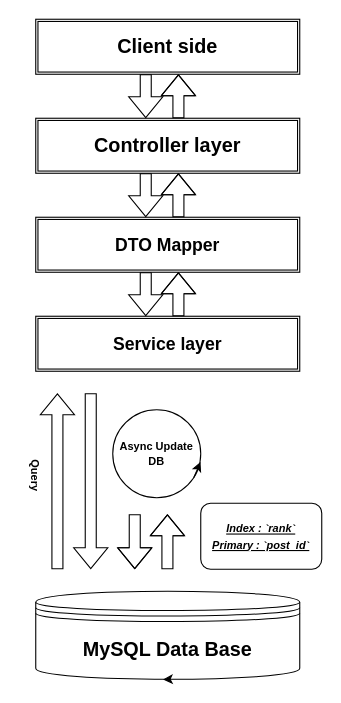
This is diagram.drawio from YamtalDev/HackerNews-API, a draw.io file, before an edit. Source tidied: cells renumbered, new cells numbered last; positions are measured from the earlier drawing's top-left corner, leaving out a move shared by most shapes. Both pictures are drawn from the tidied source at 110%, with x=0, y=0 at pixel (2, 19).
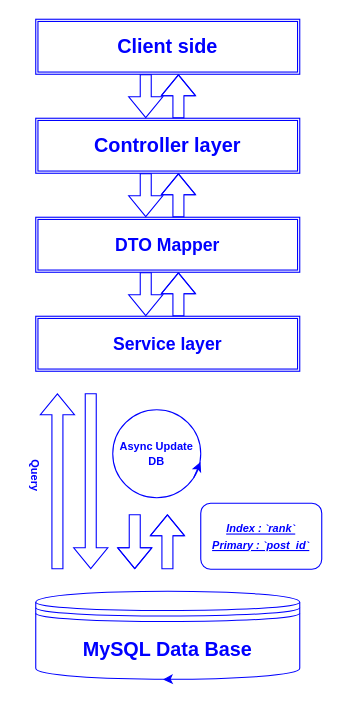
The same diagram, later.

Change to the diagram source:
```diff
@@
-    <mxCell id="2" value="&lt;font size=&quot;3&quot;&gt;&lt;b&gt;DTO Mapper&lt;/b&gt;&lt;/font&gt;" style="shape=ext;double=1;rounded=0;whiteSpace=wrap;html=1;fillColor=none;" parent="1" vertex="1">
+    <mxCell id="2" value="&lt;font color=&quot;#0000ff&quot; size=&quot;3&quot;&gt;&lt;b&gt;DTO Mapper&lt;/b&gt;&lt;/font&gt;" style="shape=ext;double=1;rounded=0;whiteSpace=wrap;html=1;fillColor=none;strokeColor=#0000FF;" parent="1" vertex="1">
       <mxGeometry x="30" y="180" width="240" height="50" as="geometry" />
     </mxCell>
-    <mxCell id="3" value="&lt;b&gt;&lt;font style=&quot;font-size: 18px;&quot;&gt;Controller layer&lt;/font&gt;&lt;/b&gt;" style="shape=ext;double=1;rounded=0;whiteSpace=wrap;html=1;fillColor=none;" parent="1" vertex="1">
+    <mxCell id="3" value="&lt;b&gt;&lt;font color=&quot;#0000ff&quot; style=&quot;font-size: 18px;&quot;&gt;Controller layer&lt;/font&gt;&lt;/b&gt;" style="shape=ext;double=1;rounded=0;whiteSpace=wrap;html=1;fillColor=none;strokeColor=#0000FF;" parent="1" vertex="1">
       <mxGeometry x="30" y="90" width="240" height="50" as="geometry" />
     </mxCell>
-    <mxCell id="4" value="&lt;b style=&quot;&quot;&gt;&lt;font style=&quot;font-size: 18px;&quot;&gt;Client side&lt;/font&gt;&lt;/b&gt;" style="shape=ext;double=1;rounded=0;whiteSpace=wrap;html=1;fillColor=none;" parent="1" vertex="1">
+    <mxCell id="4" value="&lt;b style=&quot;&quot;&gt;&lt;font color=&quot;#0000ff&quot; style=&quot;font-size: 18px;&quot;&gt;Client side&lt;/font&gt;&lt;/b&gt;" style="shape=ext;double=1;rounded=0;whiteSpace=wrap;html=1;fillColor=none;strokeColor=#0000FF;" parent="1" vertex="1">
       <mxGeometry x="30" width="240" height="50" as="geometry" />
     </mxCell>
-    <mxCell id="5" style="shape=flexArrow;endArrow=classic;html=1;strokeColor=#000000;fillColor=none;rounded=0;" parent="1" edge="1">
+    <mxCell id="5" style="shape=flexArrow;endArrow=classic;html=1;strokeColor=#0000FF;fillColor=none;rounded=0;" parent="1" edge="1">
       <mxGeometry relative="1" as="geometry">
         <mxPoint x="49.7" y="500" as="sourcePoint" />
         <mxPoint x="49.7" y="340" as="targetPoint" />
       </mxGeometry>
     </mxCell>
-    <mxCell id="6" style="shape=flexArrow;endArrow=classic;html=1;fillColor=none;rounded=0;" parent="1" edge="1">
+    <mxCell id="6" style="shape=flexArrow;endArrow=classic;html=1;fillColor=none;rounded=0;strokeColor=#0000FF;" parent="1" edge="1">
       <mxGeometry relative="1" as="geometry">
         <mxPoint x="149.7" y="500" as="sourcePoint" />
         <mxPoint x="149.7" y="450" as="targetPoint" />
         <Array as="points">
           <mxPoint x="149.7" y="480" />
           <mxPoint x="149.7" y="470" />
         </Array>
       </mxGeometry>
     </mxCell>
-    <mxCell id="7" style="shape=flexArrow;endArrow=classic;html=1;fillColor=none;rounded=0;" parent="1" edge="1">
+    <mxCell id="7" style="shape=flexArrow;endArrow=classic;html=1;fillColor=none;rounded=0;strokeColor=#0000FF;" parent="1" edge="1">
       <mxGeometry relative="1" as="geometry">
         <mxPoint x="120" y="450" as="sourcePoint" />
         <mxPoint x="120" y="500" as="targetPoint" />
         <Array as="points">
           <mxPoint x="120" y="450" />
           <mxPoint x="120" y="480" />
         </Array>
       </mxGeometry>
     </mxCell>
@@
-    <mxCell id="9" value="&lt;b&gt;&lt;font style=&quot;font-size: 18px;&quot;&gt;MySQL Data Base&lt;/font&gt;&lt;/b&gt;" style="shape=datastore;whiteSpace=wrap;html=1;strokeColor=#000000;fillColor=none;rounded=0;" parent="1" vertex="1">
+    <mxCell id="9" value="&lt;b&gt;&lt;font color=&quot;#0000ff&quot; style=&quot;font-size: 18px;&quot;&gt;MySQL Data Base&lt;/font&gt;&lt;/b&gt;" style="shape=datastore;whiteSpace=wrap;html=1;strokeColor=#0000FF;fillColor=none;rounded=0;" parent="1" vertex="1">
       <mxGeometry x="30" y="520" width="240" height="80" as="geometry" />
     </mxCell>
-    <mxCell id="10" value="&lt;font style=&quot;font-size: 10px;&quot;&gt;&lt;b&gt;Async Update&lt;br&gt;DB&lt;br&gt;&lt;/b&gt;&lt;/font&gt;" style="ellipse;whiteSpace=wrap;html=1;fontSize=11;rounded=0;perimeterSpacing=0;shadow=0;fillColor=none;" parent="1" vertex="1">
+    <mxCell id="10" value="&lt;font style=&quot;font-size: 10px;&quot;&gt;&lt;b&gt;&lt;font color=&quot;#0000ff&quot;&gt;Async Update&lt;br&gt;DB&lt;/font&gt;&lt;br&gt;&lt;/b&gt;&lt;/font&gt;" style="ellipse;whiteSpace=wrap;html=1;fontSize=11;rounded=0;perimeterSpacing=0;shadow=0;fillColor=none;strokeColor=#0000FF;" parent="1" vertex="1">
       <mxGeometry x="100" y="355" width="80" height="80" as="geometry" />
     </mxCell>
-    <mxCell id="11" style="endArrow=classic;html=1;fontSize=11;exitX=0.921;exitY=0.771;exitDx=0;exitDy=0;exitPerimeter=0;entryX=0.997;entryY=0.593;entryDx=0;entryDy=0;entryPerimeter=0;rounded=0;" parent="1" edge="1" source="10" target="10">
+    <mxCell id="11" style="endArrow=classic;html=1;fontSize=11;exitX=0.921;exitY=0.771;exitDx=0;exitDy=0;exitPerimeter=0;entryX=0.997;entryY=0.593;entryDx=0;entryDy=0;entryPerimeter=0;rounded=0;strokeColor=#0000FF;" parent="1" edge="1" source="10" target="10">
       <mxGeometry relative="1" as="geometry" />
     </mxCell>
-    <mxCell id="12" style="edgeStyle=none;html=1;exitX=0.5;exitY=1;exitDx=0;exitDy=0;entryX=0.482;entryY=1.002;entryDx=0;entryDy=0;entryPerimeter=0;fontSize=10;curved=1;" parent="1" edge="1" source="9" target="9">
+    <mxCell id="12" style="edgeStyle=none;html=1;exitX=0.5;exitY=1;exitDx=0;exitDy=0;entryX=0.482;entryY=1.002;entryDx=0;entryDy=0;entryPerimeter=0;fontSize=10;curved=1;strokeColor=#0000FF;" parent="1" edge="1" source="9" target="9">
       <mxGeometry relative="1" as="geometry" />
     </mxCell>
-    <mxCell id="13" value="&lt;b&gt;Query&lt;/b&gt;" style="text;html=1;strokeColor=none;fillColor=none;align=center;verticalAlign=middle;whiteSpace=wrap;rounded=0;fontSize=10;rotation=90;" parent="1" vertex="1">
+    <mxCell id="13" value="&lt;b&gt;&lt;font color=&quot;#0000ff&quot;&gt;Query&lt;/font&gt;&lt;/b&gt;" style="text;html=1;strokeColor=none;fillColor=none;align=center;verticalAlign=middle;whiteSpace=wrap;rounded=0;fontSize=10;rotation=90;" parent="1" vertex="1">
       <mxGeometry y="400" width="60" height="30" as="geometry" />
     </mxCell>
-    <mxCell id="14" style="shape=flexArrow;endArrow=classic;html=1;fillColor=none;rounded=0;" parent="1" edge="1">
+    <mxCell id="14" style="shape=flexArrow;endArrow=classic;html=1;fillColor=none;rounded=0;strokeColor=#0000FF;" parent="1" edge="1">
       <mxGeometry relative="1" as="geometry">
         <mxPoint x="159.7" y="270" as="sourcePoint" />
         <mxPoint x="159.7" y="230" as="targetPoint" />
         <Array as="points">
           <mxPoint x="159.7" y="260" />
           <mxPoint x="159.7" y="250" />
         </Array>
       </mxGeometry>
     </mxCell>
-    <mxCell id="15" style="shape=flexArrow;endArrow=classic;html=1;fontSize=10;fillColor=none;rounded=0;" parent="1" edge="1">
+    <mxCell id="15" style="shape=flexArrow;endArrow=classic;html=1;fontSize=10;fillColor=none;rounded=0;strokeColor=#0000FF;" parent="1" edge="1">
       <mxGeometry relative="1" as="geometry">
         <mxPoint x="130" y="230" as="sourcePoint" />
         <mxPoint x="130" y="270" as="targetPoint" />
       </mxGeometry>
     </mxCell>
-    <mxCell id="16" style="shape=flexArrow;endArrow=classic;html=1;fillColor=none;rounded=0;" parent="1" edge="1">
+    <mxCell id="16" style="shape=flexArrow;endArrow=classic;html=1;fillColor=none;rounded=0;strokeColor=#0000FF;" parent="1" edge="1">
       <mxGeometry relative="1" as="geometry">
         <mxPoint x="159.7" y="180" as="sourcePoint" />
         <mxPoint x="159.7" y="140" as="targetPoint" />
         <Array as="points">
           <mxPoint x="159.7" y="170" />
           <mxPoint x="159.7" y="160" />
         </Array>
       </mxGeometry>
     </mxCell>
-    <mxCell id="17" style="shape=flexArrow;endArrow=classic;html=1;fontSize=10;fillColor=none;rounded=0;" parent="1" edge="1">
+    <mxCell id="17" style="shape=flexArrow;endArrow=classic;html=1;fontSize=10;fillColor=none;rounded=0;strokeColor=#0000FF;" parent="1" edge="1">
       <mxGeometry relative="1" as="geometry">
         <mxPoint x="130" y="140" as="sourcePoint" />
         <mxPoint x="130" y="180" as="targetPoint" />
       </mxGeometry>
     </mxCell>
-    <mxCell id="18" style="shape=flexArrow;endArrow=classic;html=1;fontSize=10;fillColor=none;rounded=0;" parent="1" edge="1">
+    <mxCell id="18" style="shape=flexArrow;endArrow=classic;html=1;fontSize=10;fillColor=none;rounded=0;strokeColor=#0000FF;" parent="1" edge="1">
       <mxGeometry relative="1" as="geometry">
         <mxPoint x="130" y="50" as="sourcePoint" />
         <mxPoint x="130" y="90" as="targetPoint" />
       </mxGeometry>
     </mxCell>
-    <mxCell id="19" style="shape=flexArrow;endArrow=classic;html=1;fillColor=none;rounded=0;" parent="1" edge="1">
+    <mxCell id="19" style="shape=flexArrow;endArrow=classic;html=1;fillColor=none;rounded=0;strokeColor=#0000FF;" parent="1" edge="1">
       <mxGeometry relative="1" as="geometry">
         <mxPoint x="159.7" y="90" as="sourcePoint" />
         <mxPoint x="159.7" y="50" as="targetPoint" />
         <Array as="points">
           <mxPoint x="159.7" y="80" />
           <mxPoint x="159.7" y="70" />
         </Array>
       </mxGeometry>
     </mxCell>
-    <mxCell id="20" value="&lt;font size=&quot;3&quot;&gt;&lt;b&gt;Service layer&lt;/b&gt;&lt;/font&gt;" style="shape=ext;double=1;rounded=0;whiteSpace=wrap;html=1;fillColor=none;" parent="1" vertex="1">
+    <mxCell id="20" value="&lt;font color=&quot;#0000ff&quot; size=&quot;3&quot;&gt;&lt;b&gt;Service layer&lt;/b&gt;&lt;/font&gt;" style="shape=ext;double=1;rounded=0;whiteSpace=wrap;html=1;fillColor=none;strokeColor=#0000FF;" parent="1" vertex="1">
       <mxGeometry x="30" y="270" width="240" height="50" as="geometry" />
     </mxCell>
-    <mxCell id="21" value="&lt;i style=&quot;font-size: 10px; font-weight: 700; text-align: left;&quot;&gt;&lt;u&gt;Index : `rank`&lt;br&gt;&lt;/u&gt;&lt;/i&gt;&lt;u style=&quot;font-size: 10px; font-weight: 700; text-align: left;&quot;&gt;&lt;i&gt;Primary : `post_id`&lt;/i&gt;&lt;/u&gt;" style="rounded=1;whiteSpace=wrap;html=1;fillColor=none;" parent="1" vertex="1">
+    <mxCell id="21" value="&lt;font color=&quot;#0000ff&quot;&gt;&lt;i style=&quot;font-size: 10px; font-weight: 700; text-align: left;&quot;&gt;&lt;u&gt;Index : `rank`&lt;br&gt;&lt;/u&gt;&lt;/i&gt;&lt;u style=&quot;font-size: 10px; font-weight: 700; text-align: left;&quot;&gt;&lt;i&gt;Primary : `post_id`&lt;/i&gt;&lt;/u&gt;&lt;/font&gt;" style="rounded=1;whiteSpace=wrap;html=1;fillColor=none;strokeColor=#0000FF;" parent="1" vertex="1">
       <mxGeometry x="180" y="440" width="110" height="60" as="geometry" />
     </mxCell>
-    <mxCell id="22" style="shape=flexArrow;endArrow=classic;html=1;strokeColor=#000000;fillColor=none;rounded=0;" parent="1" edge="1">
+    <mxCell id="22" style="shape=flexArrow;endArrow=classic;html=1;strokeColor=#0000FF;fillColor=none;rounded=0;" parent="1" edge="1">
       <mxGeometry relative="1" as="geometry">
         <mxPoint x="80" y="340" as="sourcePoint" />
         <mxPoint x="80" y="500" as="targetPoint" />
       </mxGeometry>
     </mxCell>
```
